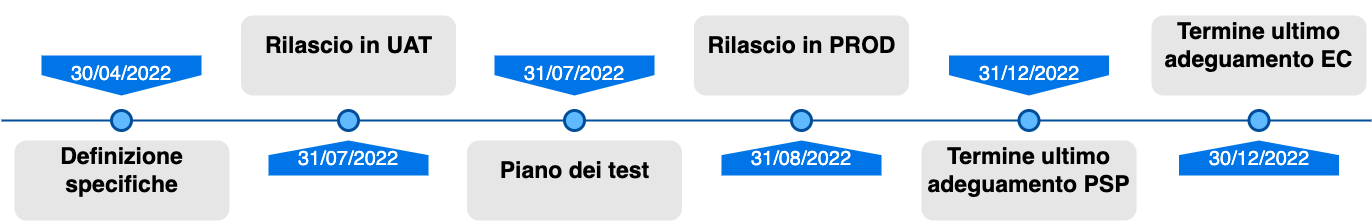
Before: docs/Z6DbUfot7pwmbrL7H8Og/.gitbook/assets/roadmap_SANP3_MDB.png, a diagram exported from draw.io (pagopa/devportal-docs). Source tidied: cells renumbered, new cells last; positions are measured from the earlier drawing's top-left corner, leaving out a move shared by most shapes.
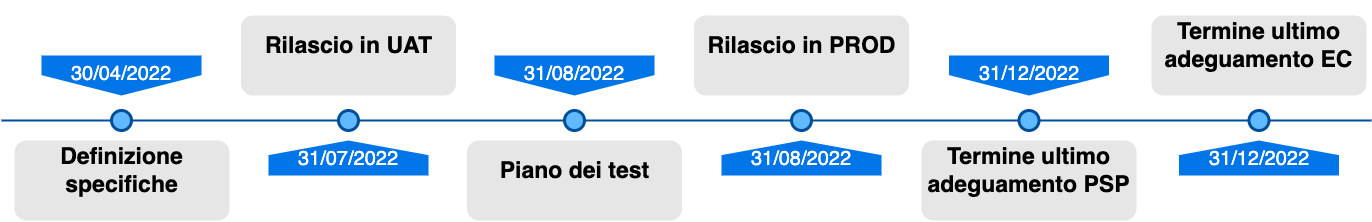
After the change.

What changed in the source:
```diff
@@ -8,13 +8,13 @@
     <mxCell id="3" value="30/04/2022" style="shape=offPageConnector;whiteSpace=wrap;html=1;fillColor=#0075E8;fontSize=20;fontColor=#FFFFFF;size=0.5093750000000015;verticalAlign=top;strokeColor=none;" parent="1" vertex="1">
       <mxGeometry x="40" y="40" width="160" height="40" as="geometry" />
     </mxCell>
-    <mxCell id="4" value="31/07/2022" style="shape=offPageConnector;whiteSpace=wrap;html=1;fillColor=#0075E8;fontSize=20;fontColor=#FFFFFF;size=0.5093750000000015;verticalAlign=top;strokeColor=none;" parent="1" vertex="1">
+    <mxCell id="4" value="&lt;span style=&quot;font-size: 20px&quot;&gt;31/08/2022&lt;/span&gt;" style="shape=offPageConnector;whiteSpace=wrap;html=1;fillColor=#0075E8;fontSize=20;fontColor=#FFFFFF;size=0.5093750000000015;verticalAlign=top;strokeColor=none;" parent="1" vertex="1">
       <mxGeometry x="493" y="40" width="160" height="40" as="geometry" />
     </mxCell>
     <mxCell id="5" value="&lt;span style=&quot;font-size: 20px&quot;&gt;31/07/2022&lt;/span&gt;" style="shape=offPageConnector;whiteSpace=wrap;html=1;fillColor=#0075E8;fontSize=20;fontColor=#FFFFFF;size=0.4178571428571445;flipV=1;verticalAlign=top;strokeColor=none;spacingBottom=4;" parent="1" vertex="1">
       <mxGeometry x="267" y="125" width="160" height="35" as="geometry" />
     </mxCell>
-    <mxCell id="6" value="31/08/2022" style="shape=offPageConnector;whiteSpace=wrap;html=1;fillColor=#0075E8;fontSize=20;fontColor=#FFFFFF;size=0.4178571428571445;flipV=1;verticalAlign=top;strokeColor=none;spacingBottom=4;" parent="1" vertex="1">
+    <mxCell id="6" value="&lt;span style=&quot;font-size: 20px&quot;&gt;31/08/2022&lt;/span&gt;" style="shape=offPageConnector;whiteSpace=wrap;html=1;fillColor=#0075E8;fontSize=20;fontColor=#FFFFFF;size=0.4178571428571445;flipV=1;verticalAlign=top;strokeColor=none;spacingBottom=4;" parent="1" vertex="1">
       <mxGeometry x="720" y="125" width="160" height="35" as="geometry" />
     </mxCell>
     <mxCell id="7" style="ellipse;whiteSpace=wrap;html=1;fillColor=#61BAFF;fontSize=28;fontColor=#004D99;strokeWidth=3;strokeColor=#004D99;" parent="1" vertex="1">
@@ -41,7 +41,7 @@
     <mxCell id="14" value="&lt;h1 style=&quot;font-size: 23px;&quot;&gt;Rilascio in PROD&lt;/h1&gt;" style="text;html=1;spacing=5;spacingTop=-20;whiteSpace=wrap;overflow=hidden;strokeColor=none;strokeWidth=3;fillColor=#E6E6E6;fontSize=23;fontColor=#000000;align=center;rounded=1;verticalAlign=middle;" parent="1" vertex="1">
       <mxGeometry x="692.5" width="215" height="80" as="geometry" />
     </mxCell>
-    <mxCell id="15" value="&lt;span style=&quot;font-size: 20px&quot;&gt;30/12/2022&lt;/span&gt;" style="shape=offPageConnector;whiteSpace=wrap;html=1;fillColor=#0075E8;fontSize=20;fontColor=#FFFFFF;size=0.4178571428571445;flipV=1;verticalAlign=top;strokeColor=none;spacingBottom=4;" parent="1" vertex="1">
+    <mxCell id="15" value="&lt;span style=&quot;font-size: 20px&quot;&gt;31/12/2022&lt;/span&gt;" style="shape=offPageConnector;whiteSpace=wrap;html=1;fillColor=#0075E8;fontSize=20;fontColor=#FFFFFF;size=0.4178571428571445;flipV=1;verticalAlign=top;strokeColor=none;spacingBottom=4;" parent="1" vertex="1">
       <mxGeometry x="1177.5" y="125" width="160" height="35" as="geometry" />
     </mxCell>
     <mxCell id="16" style="ellipse;whiteSpace=wrap;html=1;fillColor=#61BAFF;fontSize=28;fontColor=#004D99;strokeWidth=3;strokeColor=#004D99;" parent="1" vertex="1">
```
